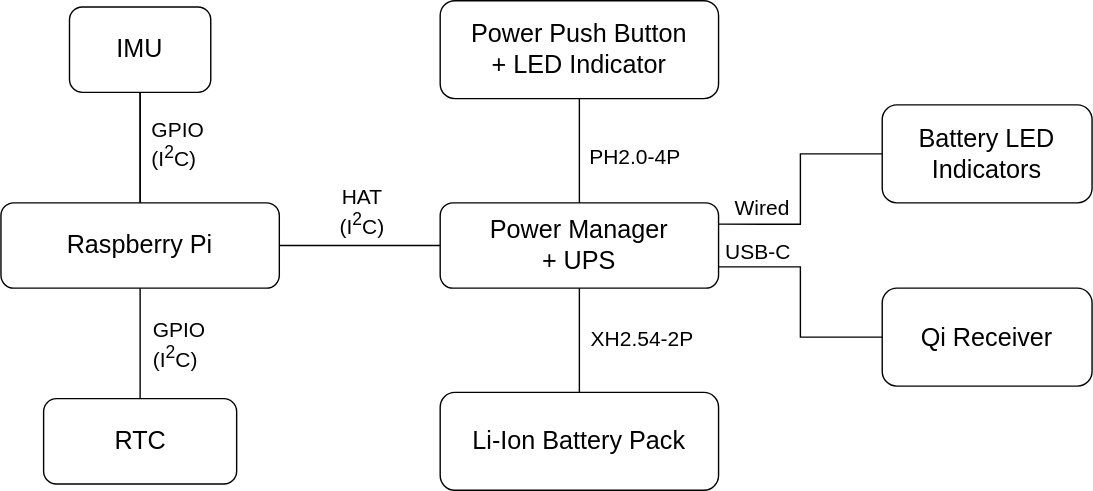
The draw.io diagram SailTrack Core/block-diagram.svg in metisvela/sailtrack, before a commit. Source tidied: cells renumbered, new cells last; positions are measured from the earlier drawing's top-left corner, leaving out a move shared by most shapes.
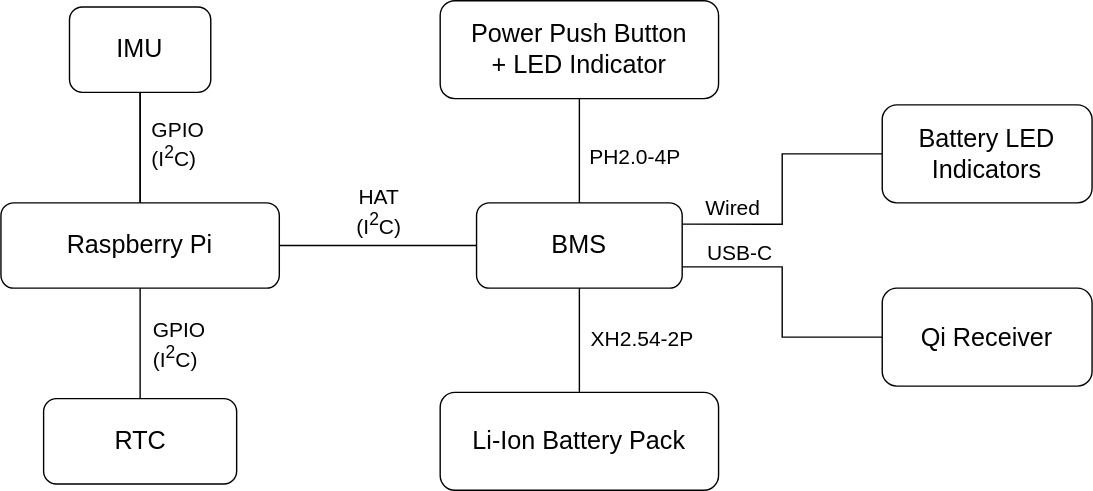
Above is the later version.

What changed in the source:
```diff
@@ -32,8 +32,8 @@
         <mxPoint y="3" as="offset" />
       </mxGeometry>
     </mxCell>
-    <mxCell id="10" value="Power Manager&lt;br&gt;+ UPS" style="rounded=1;whiteSpace=wrap;html=1;fontSize=18;" parent="1" vertex="1">
-      <mxGeometry x="314" y="144.5" width="199" height="61" as="geometry" />
+    <mxCell id="10" value="BMS" style="rounded=1;whiteSpace=wrap;html=1;fontSize=18;" parent="1" vertex="1">
+      <mxGeometry x="340" y="144.5" width="147" height="61" as="geometry" />
     </mxCell>
     <mxCell id="11" style="edgeStyle=orthogonalEdgeStyle;rounded=0;jettySize=auto;html=1;exitX=0.5;exitY=0;exitDx=0;exitDy=0;entryX=0.5;entryY=1;entryDx=0;entryDy=0;endArrow=none;endFill=0;fontSize=18;" parent="1" edge="1" source="13" target="10">
       <mxGeometry relative="1" as="geometry" />
```
